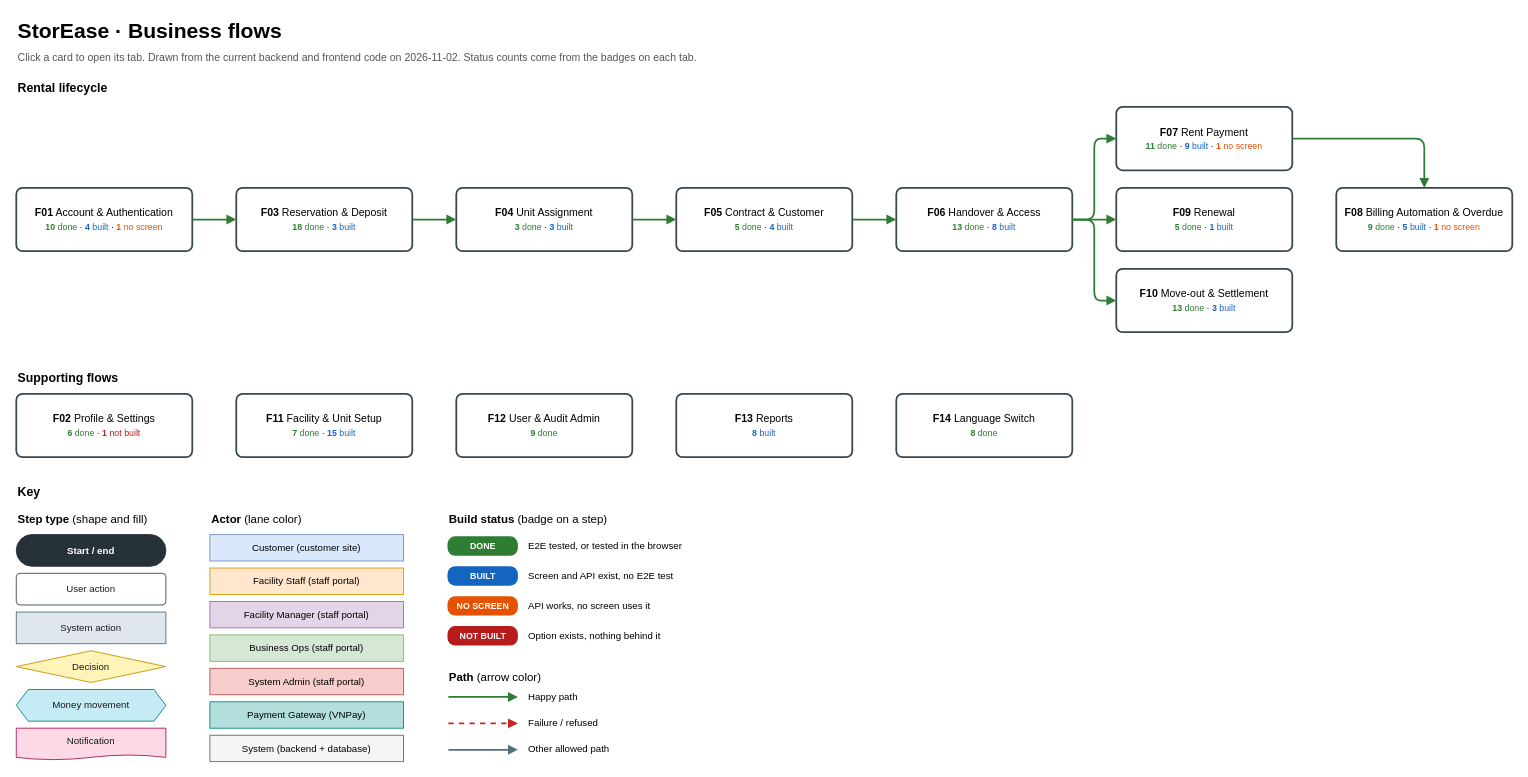
Earlier version of the draw.io diagram page "Overview" (1 of 15) of flows.drawio (MiKhangz/Self-Storage-Facility-FRONTEND). Source tidied: cells renumbered, new cells numbered last; positions are measured from the earlier drawing's top-left corner, leaving out a move shared by most shapes. Both pictures are drawn from the tidied source at 88%, with x=0, y=0 at pixel (16, 15).
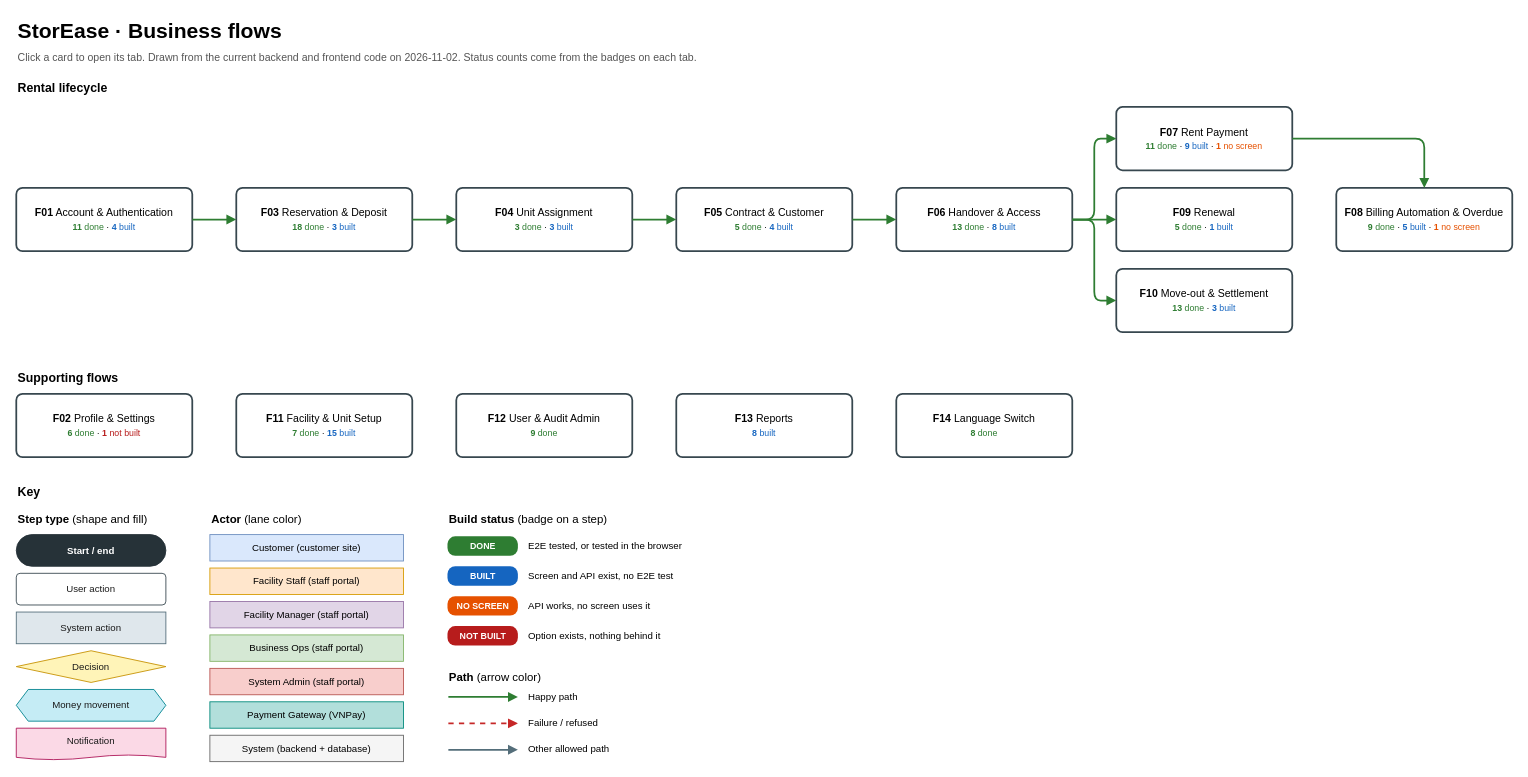
The same diagram, later.

Change to the diagram source:
```diff
@@
-    <mxCell id="5" value="&lt;b&gt;F01&lt;/b&gt; Account &amp; Authentication&lt;br&gt;&lt;font style=&quot;font-size:10px&quot;&gt;&lt;font color=&quot;#2e7d32&quot;&gt;&lt;b&gt;10&lt;/b&gt; done&lt;/font&gt; · &lt;font color=&quot;#1565c0&quot;&gt;&lt;b&gt;4&lt;/b&gt; built&lt;/font&gt; · &lt;font color=&quot;#e65100&quot;&gt;&lt;b&gt;1&lt;/b&gt; no screen&lt;/font&gt;&lt;/font&gt;" style="rounded=1;arcSize=10;html=1;whiteSpace=wrap;fontSize=12;fillColor=#ffffff;strokeColor=#37474f;strokeWidth=2;" parent="1" vertex="1">
+    <mxCell id="5" value="&lt;b&gt;F01&lt;/b&gt; Account &amp; Authentication&lt;br&gt;&lt;font style=&quot;font-size:10px&quot;&gt;&lt;font color=&quot;#2e7d32&quot;&gt;&lt;b&gt;11&lt;/b&gt; done&lt;/font&gt; · &lt;font color=&quot;#1565c0&quot;&gt;&lt;b&gt;4&lt;/b&gt; built&lt;/font&gt;&lt;/font&gt;" style="rounded=1;arcSize=10;html=1;whiteSpace=wrap;fontSize=12;fillColor=#ffffff;strokeColor=#37474f;strokeWidth=2;" parent="1" vertex="1">
       <mxGeometry y="196" width="200" height="72" as="geometry" />
     </mxCell>
```
